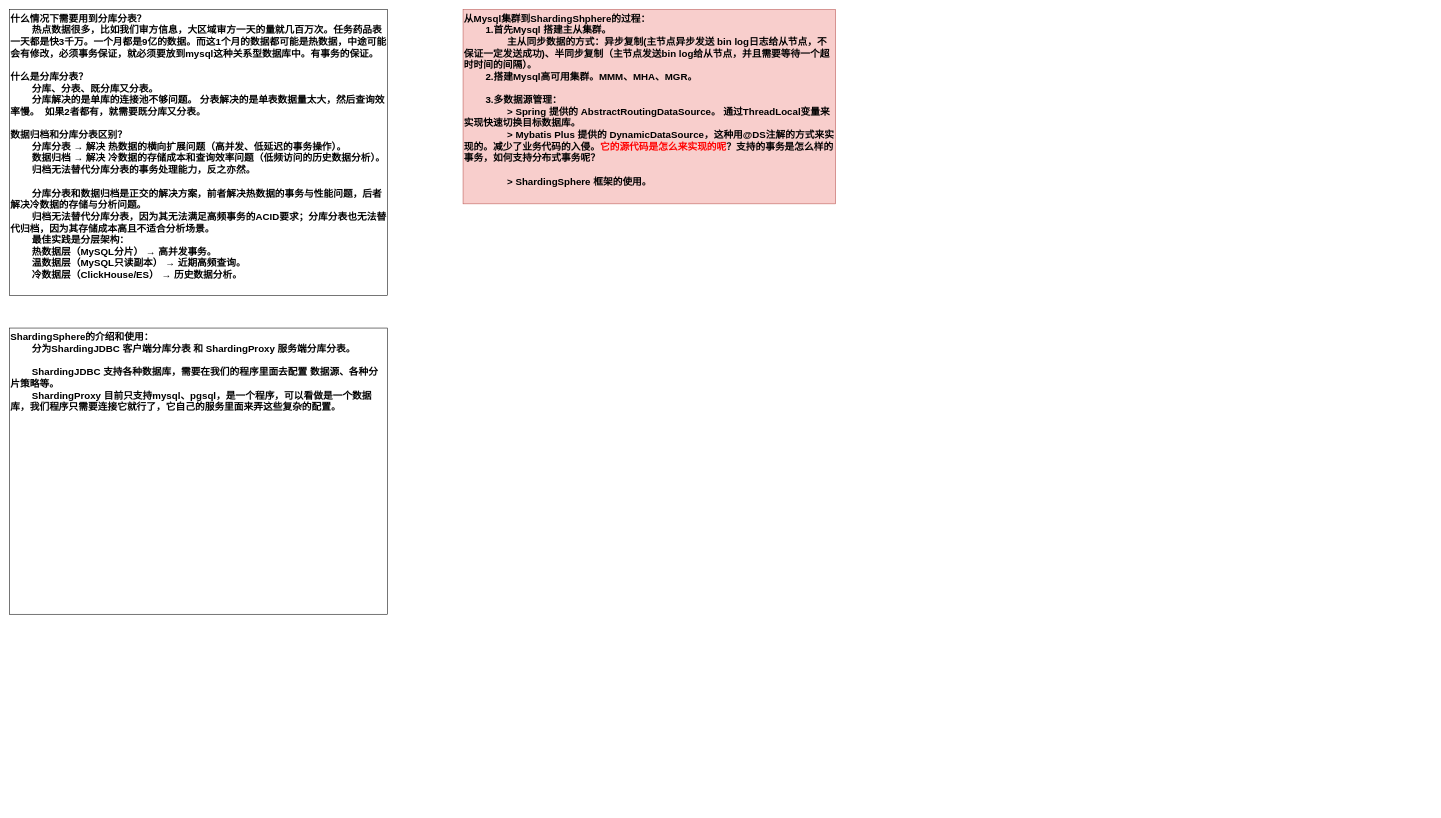
The draw.io diagram JAVA/分库分表.drawio in KGwolf/MyDraw, before the edit. Source tidied: cells renumbered, new cells numbered last; positions are measured from the earlier drawing's top-left corner, leaving out a move shared by most shapes. Both pictures are drawn from the tidied source at 54%, with x=0, y=0 at pixel (9, 9).
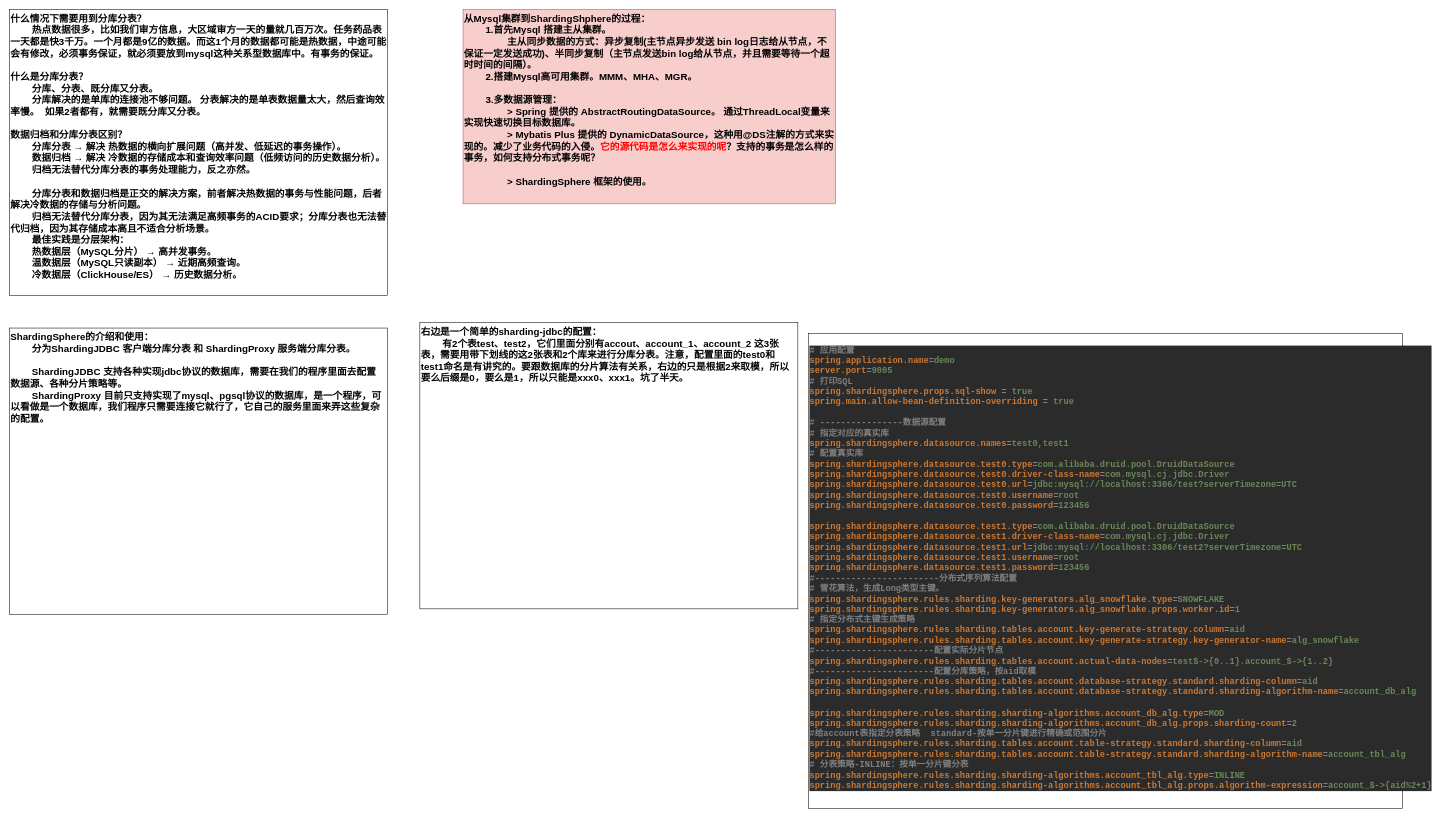
Above is the later version.

Commit message:
更新分库分表.drawio

What changed in the source:
```diff
@@
 <mxGraphModel>
   <root>
     <mxCell id="0" />
     <mxCell id="1" parent="0" />
     <mxCell id="2" value="什么情况下需要用到分库分表？&lt;div&gt;&lt;span style=&quot;white-space: pre;&quot;&gt;&#9;&lt;/span&gt;热点数据很多，比如我们审方信息，大区域审方一天的量就几百万次。任务药品表一天都是快3千万。一个月都是9亿的数据。而这1个月的数据都可能是热数据，中途可能会有修改，必须事务保证，就必须要放到mysql这种关系型数据库中。有事务的保证。&amp;nbsp;&lt;br&gt;&lt;/div&gt;&lt;div&gt;&lt;br&gt;&lt;/div&gt;&lt;div&gt;什么是分库分表？&lt;/div&gt;&lt;div&gt;&lt;span style=&quot;white-space: pre;&quot;&gt;&#9;&lt;/span&gt;分库、分表、既分库又分表。&lt;br&gt;&lt;/div&gt;&lt;div&gt;&lt;span style=&quot;white-space: pre;&quot;&gt;&#9;&lt;/span&gt;分库解决的是单库的连接池不够问题。 分表解决的是单表数据量太大，然后查询效率慢。&amp;nbsp; 如果2者都有，就需要既分库又分表。&lt;br&gt;&lt;/div&gt;&lt;div&gt;&lt;br&gt;&lt;/div&gt;&lt;div&gt;数据归档和分库分表区别？&lt;/div&gt;&lt;div&gt;&lt;span style=&quot;white-space: pre;&quot;&gt;&#9;&lt;/span&gt;&lt;span style=&quot;background-color: transparent;&quot;&gt;分库分表 → 解决 热数据的横向扩展问题（高并发、低延迟的事务操作）。&lt;br&gt;&lt;span style=&quot;white-space: pre;&quot;&gt;&#9;&lt;/span&gt;数据归档 → 解决 冷数据的存储成本和查询效率问题（低频访问的历史数据分析）。&lt;br&gt;&lt;span style=&quot;white-space: pre;&quot;&gt;&#9;&lt;/span&gt;归档无法替代分库分表的事务处理能力，反之亦然。&lt;/span&gt;&lt;br&gt;&lt;/div&gt;&lt;div&gt;&lt;span style=&quot;background-color: transparent;&quot;&gt;&lt;br&gt;&lt;/span&gt;&lt;/div&gt;&lt;div&gt;&lt;span style=&quot;background-color: transparent;&quot;&gt;&lt;span style=&quot;white-space: pre;&quot;&gt;&#9;&lt;/span&gt;&lt;/span&gt;&lt;span style=&quot;background-color: transparent;&quot;&gt;分库分表和数据归档是正交的解决方案，前者解决热数据的事务与性能问题，后者解决冷数据的存储与分析问题。&lt;br&gt;&lt;span style=&quot;white-space: pre;&quot;&gt;&#9;&lt;/span&gt;归档无法替代分库分表，因为其无法满足高频事务的ACID要求；分库分表也无法替代归档，因为其存储成本高且不适合分析场景。&lt;br&gt;&lt;span style=&quot;white-space: pre;&quot;&gt;&#9;&lt;/span&gt;最佳实践是分层架构：&lt;br&gt;&lt;span style=&quot;white-space: pre;&quot;&gt;&#9;&lt;/span&gt;热数据层（MySQL分片） → 高并发事务。&lt;br&gt;&lt;span style=&quot;white-space: pre;&quot;&gt;&#9;&lt;/span&gt;温数据层（MySQL只读副本） → 近期高频查询。&lt;br&gt;&lt;span style=&quot;white-space: pre;&quot;&gt;&#9;&lt;/span&gt;冷数据层（ClickHouse/ES） → 历史数据分析。&lt;/span&gt;&lt;/div&gt;&lt;div&gt;&lt;span style=&quot;background-color: transparent;&quot;&gt;&lt;br&gt;&lt;br&gt;&lt;/span&gt;&lt;/div&gt;" style="rounded=0;whiteSpace=wrap;html=1;fontSize=18;fontStyle=1;verticalAlign=top;align=left;" parent="1" vertex="1">
       <mxGeometry width="700" height="530" as="geometry" />
     </mxCell>
     <mxCell id="3" value="从Mysql集群到ShardingShphere的过程：&lt;div&gt;&lt;span style=&quot;white-space: pre;&quot;&gt;&#9;&lt;/span&gt;1.首先Mysql 搭建主从集群。&lt;br&gt;&lt;/div&gt;&lt;div&gt;&lt;span style=&quot;white-space: pre;&quot;&gt;&#9;&lt;/span&gt;&lt;span style=&quot;white-space: pre;&quot;&gt;&#9;&lt;/span&gt;主从同步数据的方式：异步复制(主节点异步发送 bin log日志给从节点，不保证一定发送成功)、半同步复制（主节点发送bin log给从节点，并且需要等待一个超时时间的间隔）。&lt;br&gt;&lt;/div&gt;&lt;div&gt;&lt;span style=&quot;white-space: pre;&quot;&gt;&#9;&lt;/span&gt;2.搭建Mysql高可用集群。MMM、MHA、MGR。&lt;/div&gt;&lt;div&gt;&lt;span style=&quot;white-space: pre;&quot;&gt;&#9;&lt;/span&gt;&lt;br&gt;&lt;/div&gt;&lt;div&gt;&lt;span style=&quot;white-space: pre;&quot;&gt;&#9;&lt;/span&gt;3.多数据源管理：&lt;br&gt;&lt;/div&gt;&lt;div&gt;&lt;span style=&quot;white-space: pre;&quot;&gt;&#9;&lt;/span&gt;&lt;span style=&quot;white-space: pre;&quot;&gt;&#9;&lt;/span&gt;&amp;gt; Spring 提供的 AbstractRoutingDataSource。 通过ThreadLocal变量来实现快速切换目标数据库。&lt;br&gt;&lt;/div&gt;&lt;div&gt;&lt;span style=&quot;white-space: pre;&quot;&gt;&#9;&lt;/span&gt;&lt;span style=&quot;white-space: pre;&quot;&gt;&#9;&lt;/span&gt;&amp;gt; Mybatis Plus 提供的 DynamicDataSource，这种用@DS注解的方式来实现的。减少了业务代码的入侵。&lt;font style=&quot;color: rgb(255, 0, 0);&quot;&gt;它的源代码是怎么来实现的呢&lt;/font&gt;？支持的事务是怎么样的事务，如何支持分布式事务呢？&lt;br&gt;&lt;/div&gt;&lt;div&gt;&lt;br&gt;&lt;/div&gt;&lt;div&gt;&lt;span style=&quot;white-space: pre;&quot;&gt;&#9;&lt;/span&gt;&lt;span style=&quot;white-space: pre;&quot;&gt;&#9;&lt;/span&gt;&amp;gt; ShardingSphere 框架的使用。&lt;br&gt;&lt;/div&gt;" style="rounded=0;whiteSpace=wrap;html=1;fontSize=18;fontStyle=1;verticalAlign=top;align=left;fillColor=#f8cecc;strokeColor=#b85450;" parent="1" vertex="1">
       <mxGeometry x="840" width="690" height="360" as="geometry" />
     </mxCell>
-    <mxCell id="4" value="&lt;div&gt;&lt;span style=&quot;background-color: transparent;&quot;&gt;ShardingSphere的介绍和使用：&lt;/span&gt;&lt;/div&gt;&lt;div&gt;&lt;span style=&quot;background-color: transparent;&quot;&gt;&lt;span style=&quot;white-space: pre;&quot;&gt;&#9;&lt;/span&gt;分为ShardingJDBC 客户端分库分表 和 ShardingProxy 服务端分库分表。&lt;br&gt;&lt;/span&gt;&lt;/div&gt;&lt;div&gt;&lt;span style=&quot;background-color: transparent;&quot;&gt;&lt;br&gt;&lt;/span&gt;&lt;/div&gt;&lt;div&gt;&lt;span style=&quot;background-color: transparent;&quot;&gt;&lt;span style=&quot;white-space: pre;&quot;&gt;&#9;&lt;/span&gt;ShardingJDBC 支持各种数据库，需要在我们的程序里面去配置 数据源、各种分片策略等。&lt;/span&gt;&lt;/div&gt;&lt;div&gt;&lt;span style=&quot;background-color: transparent;&quot;&gt;&lt;span style=&quot;white-space: pre;&quot;&gt;&#9;&lt;/span&gt;ShardingProxy 目前只支持mysql、pgsql，是一个程序，可以看做是一个数据库，我们程序只需要连接它就行了，它自己的服务里面来弄这些复杂的配置。&lt;br&gt;&lt;/span&gt;&lt;/div&gt;" style="rounded=0;whiteSpace=wrap;html=1;fontSize=18;fontStyle=1;verticalAlign=top;align=left;" parent="1" vertex="1">
+    <mxCell id="4" value="&lt;div&gt;&lt;span style=&quot;background-color: transparent;&quot;&gt;ShardingSphere的介绍和使用：&lt;/span&gt;&lt;/div&gt;&lt;div&gt;&lt;span style=&quot;background-color: transparent;&quot;&gt;&lt;span style=&quot;white-space: pre;&quot;&gt;&#9;&lt;/span&gt;分为ShardingJDBC 客户端分库分表 和 ShardingProxy 服务端分库分表。&lt;br&gt;&lt;/span&gt;&lt;/div&gt;&lt;div&gt;&lt;span style=&quot;background-color: transparent;&quot;&gt;&lt;br&gt;&lt;/span&gt;&lt;/div&gt;&lt;div&gt;&lt;span style=&quot;background-color: transparent;&quot;&gt;&lt;span style=&quot;white-space: pre;&quot;&gt;&#9;&lt;/span&gt;ShardingJDBC 支持各种实现jdbc协议的数据库，需要在我们的程序里面去配置 数据源、各种分片策略等。&lt;/span&gt;&lt;/div&gt;&lt;div&gt;&lt;span style=&quot;background-color: transparent;&quot;&gt;&lt;span style=&quot;white-space: pre;&quot;&gt;&#9;&lt;/span&gt;ShardingProxy 目前只支持实现了mysql、pgsql协议的数据库，是一个程序，可以看做是一个数据库，我们程序只需要连接它就行了，它自己的服务里面来弄这些复杂的配置。&lt;br&gt;&lt;/span&gt;&lt;/div&gt;" style="rounded=0;whiteSpace=wrap;html=1;fontSize=18;fontStyle=1;verticalAlign=top;align=left;" parent="1" vertex="1">
       <mxGeometry y="590" width="700" height="530" as="geometry" />
     </mxCell>
+    <mxCell id="5" value="&lt;div&gt;&lt;div style=&quot;background-color:#2b2b2b;color:#a9b7c6&quot;&gt;&lt;pre style=&quot;font-family:'JetBrains Mono',monospace;font-size:12.0pt;&quot;&gt;&lt;span style=&quot;color:#808080;&quot;&gt;# &lt;/span&gt;&lt;span style=&quot;color:#808080;font-family:'Courier New',monospace;&quot;&gt;应用配置&lt;br&gt;&lt;/span&gt;&lt;span style=&quot;color:#cc7832;&quot;&gt;spring.application.name&lt;/span&gt;&lt;span style=&quot;color:#808080;&quot;&gt;=&lt;/span&gt;&lt;span style=&quot;color:#6a8759;&quot;&gt;demo&lt;br&gt;&lt;/span&gt;&lt;span style=&quot;color:#cc7832;&quot;&gt;server.port&lt;/span&gt;&lt;span style=&quot;color:#808080;&quot;&gt;=&lt;/span&gt;&lt;span style=&quot;color:#6a8759;&quot;&gt;9005&lt;br&gt;&lt;/span&gt;&lt;span style=&quot;color:#808080;&quot;&gt;# &lt;/span&gt;&lt;span style=&quot;color:#808080;font-family:'Courier New',monospace;&quot;&gt;打印&lt;/span&gt;&lt;span style=&quot;color:#808080;&quot;&gt;SQL&lt;br&gt;&lt;/span&gt;&lt;span style=&quot;color:#cc7832;&quot;&gt;spring.shardingsphere.props.sql-show &lt;/span&gt;&lt;span style=&quot;color:#808080;&quot;&gt;= &lt;/span&gt;&lt;span style=&quot;color:#6a8759;&quot;&gt;true&lt;br&gt;&lt;/span&gt;&lt;span style=&quot;color:#cc7832;&quot;&gt;spring.main.allow-bean-definition-overriding &lt;/span&gt;&lt;span style=&quot;color:#808080;&quot;&gt;= &lt;/span&gt;&lt;span style=&quot;color:#6a8759;&quot;&gt;true&lt;br&gt;&lt;/span&gt;&lt;span style=&quot;color:#6a8759;&quot;&gt;&lt;br&gt;&lt;/span&gt;&lt;span style=&quot;color:#808080;&quot;&gt;# ----------------&lt;/span&gt;&lt;span style=&quot;color:#808080;font-family:'Courier New',monospace;&quot;&gt;数据源配置&lt;br&gt;&lt;/span&gt;&lt;span style=&quot;color:#808080;&quot;&gt;# &lt;/span&gt;&lt;span style=&quot;color:#808080;font-family:'Courier New',monospace;&quot;&gt;指定对应的真实库&lt;br&gt;&lt;/span&gt;&lt;span style=&quot;color:#cc7832;&quot;&gt;spring.shardingsphere.datasource.names&lt;/span&gt;&lt;span style=&quot;color:#808080;&quot;&gt;=&lt;/span&gt;&lt;span style=&quot;color:#6a8759;&quot;&gt;test0,test1&lt;br&gt;&lt;/span&gt;&lt;span style=&quot;color:#808080;&quot;&gt;# &lt;/span&gt;&lt;span style=&quot;color:#808080;font-family:'Courier New',monospace;&quot;&gt;配置真实库&lt;br&gt;&lt;/span&gt;&lt;span style=&quot;color:#cc7832;&quot;&gt;spring.shardingsphere.datasource.test0.type&lt;/span&gt;&lt;span style=&quot;color:#808080;&quot;&gt;=&lt;/span&gt;&lt;span style=&quot;color:#6a8759;&quot;&gt;com.alibaba.druid.pool.DruidDataSource&lt;br&gt;&lt;/span&gt;&lt;span style=&quot;color:#cc7832;&quot;&gt;spring.shardingsphere.datasource.test0.driver-class-name&lt;/span&gt;&lt;span style=&quot;color:#808080;&quot;&gt;=&lt;/span&gt;&lt;span style=&quot;color:#6a8759;&quot;&gt;com.mysql.cj.jdbc.Driver&lt;br&gt;&lt;/span&gt;&lt;span style=&quot;color:#cc7832;&quot;&gt;spring.shardingsphere.datasource.test0.url&lt;/span&gt;&lt;span style=&quot;color:#808080;&quot;&gt;=&lt;/span&gt;&lt;span style=&quot;color:#6a8759;&quot;&gt;jdbc:mysql://localhost:3306/test?serverTimezone=UTC&lt;br&gt;&lt;/span&gt;&lt;span style=&quot;color:#cc7832;&quot;&gt;spring.shardingsphere.datasource.test0.username&lt;/span&gt;&lt;span style=&quot;color:#808080;&quot;&gt;=&lt;/span&gt;&lt;span style=&quot;color:#6a8759;&quot;&gt;root&lt;br&gt;&lt;/span&gt;&lt;span style=&quot;color:#cc7832;&quot;&gt;spring.shardingsphere.datasource.test0.password&lt;/span&gt;&lt;span style=&quot;color:#808080;&quot;&gt;=&lt;/span&gt;&lt;span style=&quot;color:#6a8759;&quot;&gt;123456&lt;br&gt;&lt;/span&gt;&lt;span style=&quot;color:#6a8759;&quot;&gt;&lt;br&gt;&lt;/span&gt;&lt;span style=&quot;color:#cc7832;&quot;&gt;spring.shardingsphere.datasource.test1.type&lt;/span&gt;&lt;span style=&quot;color:#808080;&quot;&gt;=&lt;/span&gt;&lt;span style=&quot;color:#6a8759;&quot;&gt;com.alibaba.druid.pool.DruidDataSource&lt;br&gt;&lt;/span&gt;&lt;span style=&quot;color:#cc7832;&quot;&gt;spring.shardingsphere.datasource.test1.driver-class-name&lt;/span&gt;&lt;span style=&quot;color:#808080;&quot;&gt;=&lt;/span&gt;&lt;span style=&quot;color:#6a8759;&quot;&gt;com.mysql.cj.jdbc.Driver&lt;br&gt;&lt;/span&gt;&lt;span style=&quot;color:#cc7832;&quot;&gt;spring.shardingsphere.datasource.test1.url&lt;/span&gt;&lt;span style=&quot;color:#808080;&quot;&gt;=&lt;/span&gt;&lt;span style=&quot;color:#6a8759;&quot;&gt;jdbc:mysql://localhost:3306/test2?serverTimezone=UTC&lt;br&gt;&lt;/span&gt;&lt;span style=&quot;color:#cc7832;&quot;&gt;spring.shardingsphere.datasource.test1.username&lt;/span&gt;&lt;span style=&quot;color:#808080;&quot;&gt;=&lt;/span&gt;&lt;span style=&quot;color:#6a8759;&quot;&gt;root&lt;br&gt;&lt;/span&gt;&lt;span style=&quot;color:#cc7832;&quot;&gt;spring.shardingsphere.datasource.test1.password&lt;/span&gt;&lt;span style=&quot;color:#808080;&quot;&gt;=&lt;/span&gt;&lt;span style=&quot;color:#6a8759;&quot;&gt;123456&lt;br&gt;&lt;/span&gt;&lt;span style=&quot;color:#808080;&quot;&gt;#------------------------&lt;/span&gt;&lt;span style=&quot;color:#808080;font-family:'Courier New',monospace;&quot;&gt;分布式序列算法配置&lt;br&gt;&lt;/span&gt;&lt;span style=&quot;color:#808080;&quot;&gt;# &lt;/span&gt;&lt;span style=&quot;color:#808080;font-family:'Courier New',monospace;&quot;&gt;雪花算法，生成&lt;/span&gt;&lt;span style=&quot;color:#808080;&quot;&gt;Long&lt;/span&gt;&lt;span style=&quot;color:#808080;font-family:'Courier New',monospace;&quot;&gt;类型主键。&lt;br&gt;&lt;/span&gt;&lt;span style=&quot;color:#cc7832;&quot;&gt;spring.shardingsphere.rules.sharding.key-generators.alg_snowflake.type&lt;/span&gt;&lt;span style=&quot;color:#808080;&quot;&gt;=&lt;/span&gt;&lt;span style=&quot;color:#6a8759;&quot;&gt;SNOWFLAKE&lt;br&gt;&lt;/span&gt;&lt;span style=&quot;color:#cc7832;&quot;&gt;spring.shardingsphere.rules.sharding.key-generators.alg_snowflake.props.worker.id&lt;/span&gt;&lt;span style=&quot;color:#808080;&quot;&gt;=&lt;/span&gt;&lt;span style=&quot;color:#6a8759;&quot;&gt;1&lt;br&gt;&lt;/span&gt;&lt;span style=&quot;color:#808080;&quot;&gt;# &lt;/span&gt;&lt;span style=&quot;color:#808080;font-family:'Courier New',monospace;&quot;&gt;指定分布式主键生成策略&lt;br&gt;&lt;/span&gt;&lt;span style=&quot;color:#cc7832;&quot;&gt;spring.shardingsphere.rules.sharding.tables.account.key-generate-strategy.column&lt;/span&gt;&lt;span style=&quot;color:#808080;&quot;&gt;=&lt;/span&gt;&lt;span style=&quot;color:#6a8759;&quot;&gt;aid&lt;br&gt;&lt;/span&gt;&lt;span style=&quot;color:#cc7832;&quot;&gt;spring.shardingsphere.rules.sharding.tables.account.key-generate-strategy.key-generator-name&lt;/span&gt;&lt;span style=&quot;color:#808080;&quot;&gt;=&lt;/span&gt;&lt;span style=&quot;color:#6a8759;&quot;&gt;alg_snowflake&lt;br&gt;&lt;/span&gt;&lt;span style=&quot;color:#808080;&quot;&gt;#-----------------------&lt;/span&gt;&lt;span style=&quot;color:#808080;font-family:'Courier New',monospace;&quot;&gt;配置实际分片节点&lt;br&gt;&lt;/span&gt;&lt;span style=&quot;color:#cc7832;&quot;&gt;spring.shardingsphere.rules.sharding.tables.account.actual-data-nodes&lt;/span&gt;&lt;span style=&quot;color:#808080;&quot;&gt;=&lt;/span&gt;&lt;span style=&quot;color:#6a8759;&quot;&gt;test$-&amp;gt;{0..1}.account_$-&amp;gt;{1..2}&lt;br&gt;&lt;/span&gt;&lt;span style=&quot;color:#808080;&quot;&gt;#-----------------------&lt;/span&gt;&lt;span style=&quot;color:#808080;font-family:'Courier New',monospace;&quot;&gt;配置分库策略，按&lt;/span&gt;&lt;span style=&quot;color:#808080;&quot;&gt;aid&lt;/span&gt;&lt;span style=&quot;color:#808080;font-family:'Courier New',monospace;&quot;&gt;取模&lt;br&gt;&lt;/span&gt;&lt;span style=&quot;color:#cc7832;&quot;&gt;spring.shardingsphere.rules.sharding.tables.account.database-strategy.standard.sharding-column&lt;/span&gt;&lt;span style=&quot;color:#808080;&quot;&gt;=&lt;/span&gt;&lt;span style=&quot;color:#6a8759;&quot;&gt;aid&lt;br&gt;&lt;/span&gt;&lt;span style=&quot;color:#cc7832;&quot;&gt;spring.shardingsphere.rules.sharding.tables.account.database-strategy.standard.sharding-algorithm-name&lt;/span&gt;&lt;span style=&quot;color:#808080;&quot;&gt;=&lt;/span&gt;&lt;span style=&quot;color:#6a8759;&quot;&gt;account_db_alg&lt;br&gt;&lt;/span&gt;&lt;span style=&quot;color:#6a8759;&quot;&gt;&lt;br&gt;&lt;/span&gt;&lt;span style=&quot;color:#cc7832;&quot;&gt;spring.shardingsphere.rules.sharding.sharding-algorithms.account_db_alg.type&lt;/span&gt;&lt;span style=&quot;color:#808080;&quot;&gt;=&lt;/span&gt;&lt;span style=&quot;color:#6a8759;&quot;&gt;MOD&lt;br&gt;&lt;/span&gt;&lt;span style=&quot;color:#cc7832;&quot;&gt;spring.shardingsphere.rules.sharding.sharding-algorithms.account_db_alg.props.sharding-count&lt;/span&gt;&lt;span style=&quot;color:#808080;&quot;&gt;=&lt;/span&gt;&lt;span style=&quot;color:#6a8759;&quot;&gt;2&lt;br&gt;&lt;/span&gt;&lt;span style=&quot;color:#808080;&quot;&gt;#&lt;/span&gt;&lt;span style=&quot;color:#808080;font-family:'Courier New',monospace;&quot;&gt;给&lt;/span&gt;&lt;span style=&quot;color:#808080;&quot;&gt;account&lt;/span&gt;&lt;span style=&quot;color:#808080;font-family:'Courier New',monospace;&quot;&gt;表指定分表策略&lt;/span&gt;&lt;span style=&quot;color:#808080;&quot;&gt;  standard-&lt;/span&gt;&lt;span style=&quot;color:#808080;font-family:'Courier New',monospace;&quot;&gt;按单一分片键进行精确或范围分片&lt;br&gt;&lt;/span&gt;&lt;span style=&quot;color:#cc7832;&quot;&gt;spring.shardingsphere.rules.sharding.tables.account.table-strategy.standard.sharding-column&lt;/span&gt;&lt;span style=&quot;color:#808080;&quot;&gt;=&lt;/span&gt;&lt;span style=&quot;color:#6a8759;&quot;&gt;aid&lt;br&gt;&lt;/span&gt;&lt;span style=&quot;color:#cc7832;&quot;&gt;spring.shardingsphere.rules.sharding.tables.account.table-strategy.standard.sharding-algorithm-name&lt;/span&gt;&lt;span style=&quot;color:#808080;&quot;&gt;=&lt;/span&gt;&lt;span style=&quot;color:#6a8759;&quot;&gt;account_tbl_alg&lt;br&gt;&lt;/span&gt;&lt;span style=&quot;color:#808080;&quot;&gt;# &lt;/span&gt;&lt;span style=&quot;color:#808080;font-family:'Courier New',monospace;&quot;&gt;分表策略&lt;/span&gt;&lt;span style=&quot;color:#808080;&quot;&gt;-INLINE&lt;/span&gt;&lt;span style=&quot;color:#808080;font-family:'Courier New',monospace;&quot;&gt;：按单一分片键分表&lt;br&gt;&lt;/span&gt;&lt;span style=&quot;color:#cc7832;&quot;&gt;spring.shardingsphere.rules.sharding.sharding-algorithms.account_tbl_alg.type&lt;/span&gt;&lt;span style=&quot;color:#808080;&quot;&gt;=&lt;/span&gt;&lt;span style=&quot;color:#6a8759;&quot;&gt;INLINE&lt;br&gt;&lt;/span&gt;&lt;span style=&quot;color:#cc7832;&quot;&gt;spring.shardingsphere.rules.sharding.sharding-algorithms.account_tbl_alg.props.algorithm-expression&lt;/span&gt;&lt;span style=&quot;color:#808080;&quot;&gt;=&lt;/span&gt;&lt;span style=&quot;color:#6a8759;&quot;&gt;account_$-&amp;gt;{aid%2+1}&lt;/span&gt;&lt;/pre&gt;&lt;/div&gt;&lt;/div&gt;" style="rounded=0;whiteSpace=wrap;html=1;fontSize=18;fontStyle=1;verticalAlign=top;align=left;" parent="1" vertex="1">
+      <mxGeometry x="1480" y="600" width="1100" height="880" as="geometry" />
+    </mxCell>
+    <mxCell id="6" value="右边是一个简单的sharding-jdbc的配置：&lt;div&gt;&lt;span style=&quot;white-space: pre;&quot;&gt;&#9;&lt;/span&gt;有2个表test、test2，它们里面分别有accout、account_1、account_2 这3张表，需要用带下划线的这2张表和2个库来进行分库分表。注意，配置里面的test0和test1命名是有讲究的。要跟数据库的分片算法有关系，右边的只是根据2来取模，所以要么后缀是0，要么是1，所以只能是xxx0、xxx1。坑了半天。&lt;br&gt;&lt;/div&gt;" style="rounded=0;whiteSpace=wrap;html=1;fontSize=18;fontStyle=1;verticalAlign=top;align=left;" parent="1" vertex="1">
+      <mxGeometry x="760" y="580" width="700" height="530" as="geometry" />
+    </mxCell>
   </root>
 </mxGraphModel>
```
